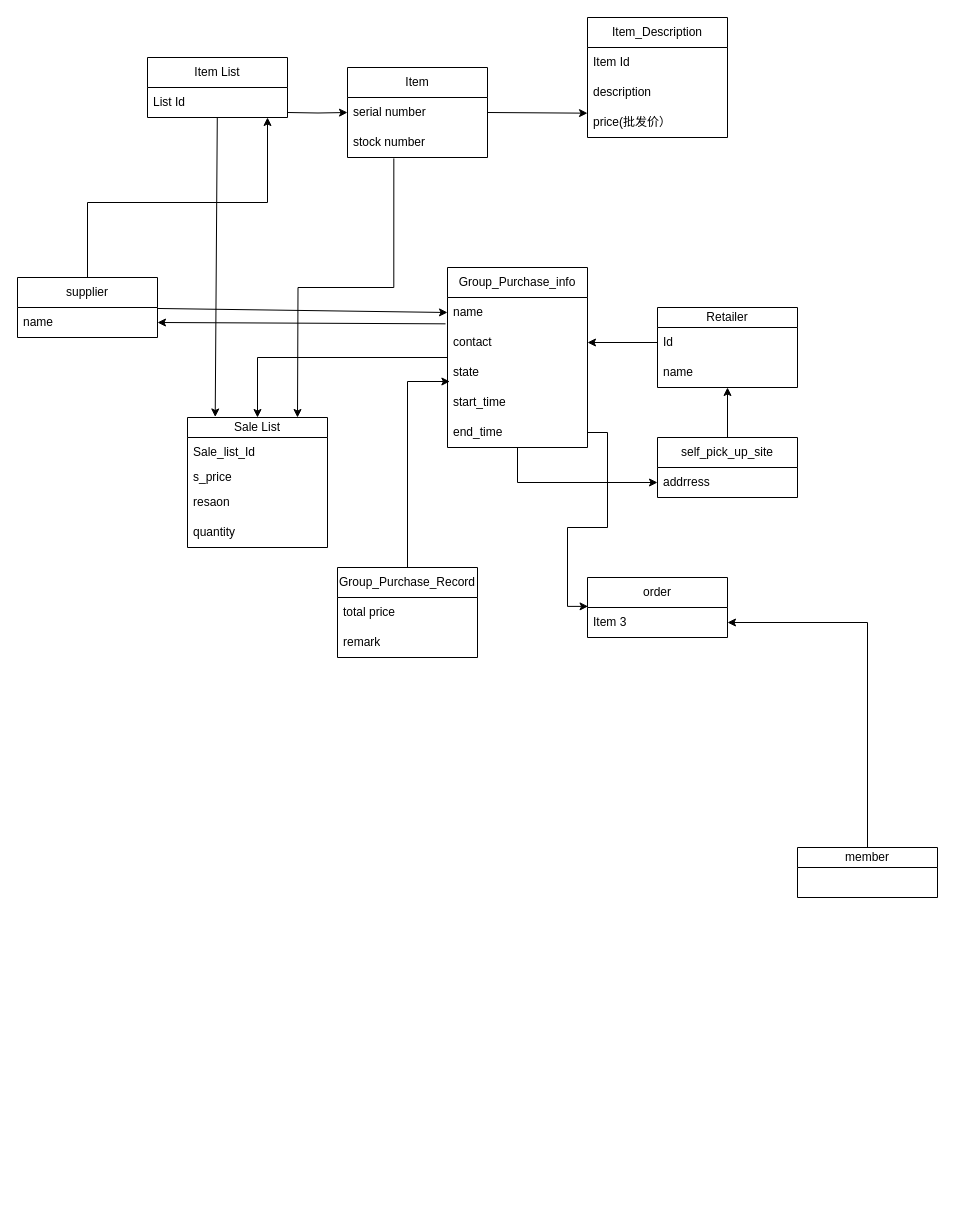
Earlier version of the draw.io diagram 未命名绘图.drawio (zzy347964399/pafd-automated). Source tidied: cells renumbered, new cells numbered last; positions are measured from the earlier drawing's top-left corner, leaving out a move shared by most shapes. Both pictures are drawn from the tidied source at 100%, with x=0, y=0 at pixel (17, 17).
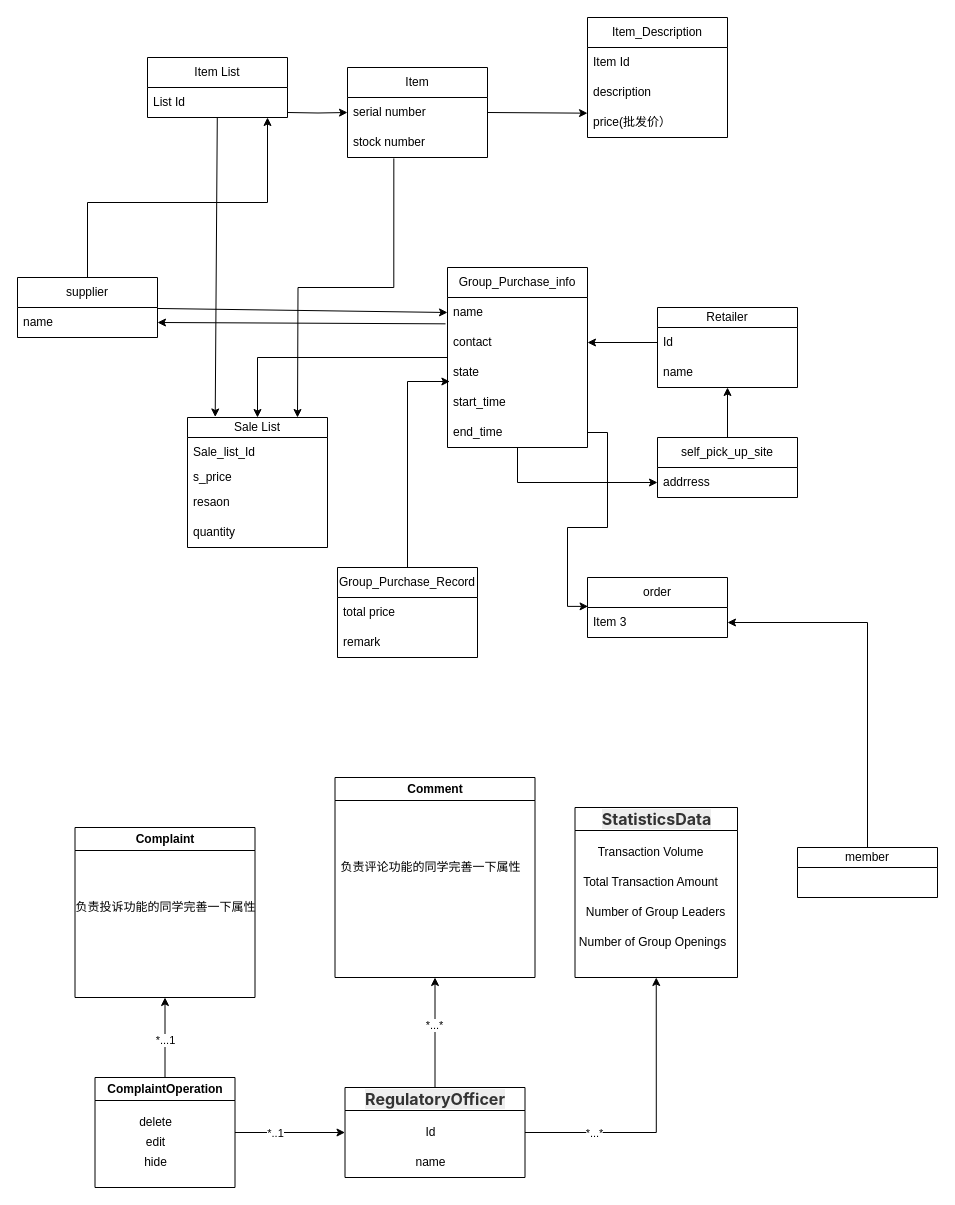
Above is the later version.

Diff of the diagram source:
```diff
@@
+    <mxCell id="49" value="&lt;strong style=&quot;margin-top: 0px; margin-bottom: 0px; color: rgb(51, 51, 51); font-family: -apple-system, &amp;quot;system-ui&amp;quot;, &amp;quot;Segoe UI&amp;quot;, Roboto, Oxygen, Ubuntu, Cantarell, &amp;quot;Fira Sans&amp;quot;, &amp;quot;Droid Sans&amp;quot;, &amp;quot;Helvetica Neue&amp;quot;, sans-serif; font-size: 16px; text-align: left; background-color: rgb(238, 238, 238);&quot;&gt;StatisticsData&lt;/strong&gt;" style="swimlane;whiteSpace=wrap;html=1;" parent="1" vertex="1">
+      <mxGeometry x="557.5" y="790" width="162.5" height="170" as="geometry" />
+    </mxCell>
+    <mxCell id="50" value="Transaction Volume" style="text;html=1;align=center;verticalAlign=middle;strokeColor=none;fillColor=none;" parent="49" vertex="1">
+      <mxGeometry x="10" y="30" width="130" height="30" as="geometry" />
+    </mxCell>
+    <mxCell id="51" value="Total Transaction Amount" style="text;html=1;align=center;verticalAlign=middle;strokeColor=none;fillColor=none;" parent="49" vertex="1">
+      <mxGeometry x="-5" y="60" width="160" height="30" as="geometry" />
+    </mxCell>
+    <mxCell id="52" value="Number of Group Leaders" style="text;html=1;align=center;verticalAlign=middle;strokeColor=none;fillColor=none;" parent="49" vertex="1">
+      <mxGeometry y="90" width="160" height="30" as="geometry" />
+    </mxCell>
+    <mxCell id="53" value="Number of Group Openings" style="text;html=1;align=center;verticalAlign=middle;strokeColor=none;fillColor=none;" parent="49" vertex="1">
+      <mxGeometry x="-7.5" y="120" width="170" height="30" as="geometry" />
+    </mxCell>
+    <mxCell id="54" style="edgeStyle=orthogonalEdgeStyle;rounded=0;jettySize=auto;html=1;exitX=1;exitY=0.5;exitDx=0;exitDy=0;entryX=0.5;entryY=1;entryDx=0;entryDy=0;" parent="1" edge="1" source="58" target="49">
+      <mxGeometry relative="1" as="geometry" />
+    </mxCell>
+    <mxCell id="55" value="*...*" style="edgeLabel;html=1;align=center;verticalAlign=middle;" parent="54" vertex="1">
+      <mxGeometry x="-0.52" relative="1" as="geometry" />
+    </mxCell>
+    <mxCell id="56" style="edgeStyle=orthogonalEdgeStyle;rounded=0;jettySize=auto;html=1;exitX=0.5;exitY=0;exitDx=0;exitDy=0;entryX=0.5;entryY=1;entryDx=0;entryDy=0;" parent="1" edge="1" source="58" target="63">
+      <mxGeometry relative="1" as="geometry" />
+    </mxCell>
+    <mxCell id="57" value="*...*" style="edgeLabel;html=1;align=center;verticalAlign=middle;" parent="56" vertex="1">
+      <mxGeometry x="0.14" y="1" relative="1" as="geometry" />
+    </mxCell>
+    <mxCell id="58" value="&lt;strong style=&quot;margin-top: 0px; margin-bottom: 0px; color: rgb(51, 51, 51); font-family: -apple-system, &amp;quot;system-ui&amp;quot;, &amp;quot;Segoe UI&amp;quot;, Roboto, Oxygen, Ubuntu, Cantarell, &amp;quot;Fira Sans&amp;quot;, &amp;quot;Droid Sans&amp;quot;, &amp;quot;Helvetica Neue&amp;quot;, sans-serif; font-size: 16px; text-align: left; background-color: rgb(238, 238, 238);&quot;&gt;RegulatoryOfficer&lt;/strong&gt;" style="swimlane;whiteSpace=wrap;html=1;" parent="1" vertex="1">
+      <mxGeometry x="327.5" y="1070" width="180" height="90" as="geometry" />
+    </mxCell>
+    <mxCell id="59" value="name" style="text;html=1;align=center;verticalAlign=middle;strokeColor=none;fillColor=none;" parent="58" vertex="1">
+      <mxGeometry x="60" y="60" width="50" height="30" as="geometry" />
+    </mxCell>
+    <mxCell id="60" value="Id" style="text;html=1;align=center;verticalAlign=middle;strokeColor=none;fillColor=none;" parent="58" vertex="1">
+      <mxGeometry x="70" y="30" width="30" height="30" as="geometry" />
+    </mxCell>
+    <mxCell id="61" value="Complaint" style="swimlane;whiteSpace=wrap;html=1;" parent="1" vertex="1">
+      <mxGeometry x="57.5" y="810" width="180" height="170" as="geometry" />
+    </mxCell>
+    <mxCell id="62" value="负责投诉功能的同学完善一下属性" style="text;html=1;align=center;verticalAlign=middle;strokeColor=none;fillColor=none;" parent="61" vertex="1">
+      <mxGeometry x="-10" y="65" width="200" height="30" as="geometry" />
+    </mxCell>
+    <mxCell id="63" value="Comment" style="swimlane;whiteSpace=wrap;html=1;" parent="1" vertex="1">
+      <mxGeometry x="317.5" y="760" width="200" height="200" as="geometry" />
+    </mxCell>
+    <mxCell id="64" value="负责评论功能的同学完善一下属性" style="text;html=1;align=center;verticalAlign=middle;strokeColor=none;fillColor=none;" parent="63" vertex="1">
+      <mxGeometry x="-5" y="75" width="200" height="30" as="geometry" />
+    </mxCell>
+    <mxCell id="65" style="edgeStyle=orthogonalEdgeStyle;rounded=0;jettySize=auto;html=1;exitX=1;exitY=0.5;exitDx=0;exitDy=0;entryX=0;entryY=0.5;entryDx=0;entryDy=0;" parent="1" edge="1" source="69" target="58">
+      <mxGeometry relative="1" as="geometry" />
+    </mxCell>
+    <mxCell id="66" value="*..1" style="edgeLabel;html=1;align=center;verticalAlign=middle;" parent="65" vertex="1">
+      <mxGeometry x="-0.28" relative="1" as="geometry" />
+    </mxCell>
+    <mxCell id="67" style="edgeStyle=orthogonalEdgeStyle;rounded=0;jettySize=auto;html=1;exitX=0.5;exitY=0;exitDx=0;exitDy=0;entryX=0.5;entryY=1;entryDx=0;entryDy=0;" parent="1" edge="1" source="69" target="61">
+      <mxGeometry relative="1" as="geometry" />
+    </mxCell>
+    <mxCell id="68" value="*...1" style="edgeLabel;html=1;align=center;verticalAlign=middle;" parent="67" vertex="1">
+      <mxGeometry x="-0.04" relative="1" as="geometry" />
+    </mxCell>
+    <mxCell id="69" value="ComplaintOperation" style="swimlane;whiteSpace=wrap;html=1;" parent="1" vertex="1">
+      <mxGeometry x="77.5" y="1060" width="140" height="110" as="geometry" />
+    </mxCell>
+    <mxCell id="70" value="delete" style="text;html=1;align=center;verticalAlign=middle;strokeColor=none;fillColor=none;" parent="69" vertex="1">
+      <mxGeometry x="30" y="30" width="60" height="30" as="geometry" />
+    </mxCell>
+    <mxCell id="71" value="edit" style="text;html=1;align=center;verticalAlign=middle;strokeColor=none;fillColor=none;" parent="69" vertex="1">
+      <mxGeometry x="40" y="50" width="40" height="30" as="geometry" />
+    </mxCell>
+    <mxCell id="72" value="hide" style="text;html=1;align=center;verticalAlign=middle;strokeColor=none;fillColor=none;" parent="69" vertex="1">
+      <mxGeometry x="35" y="70" width="50" height="30" as="geometry" />
+    </mxCell>
```
